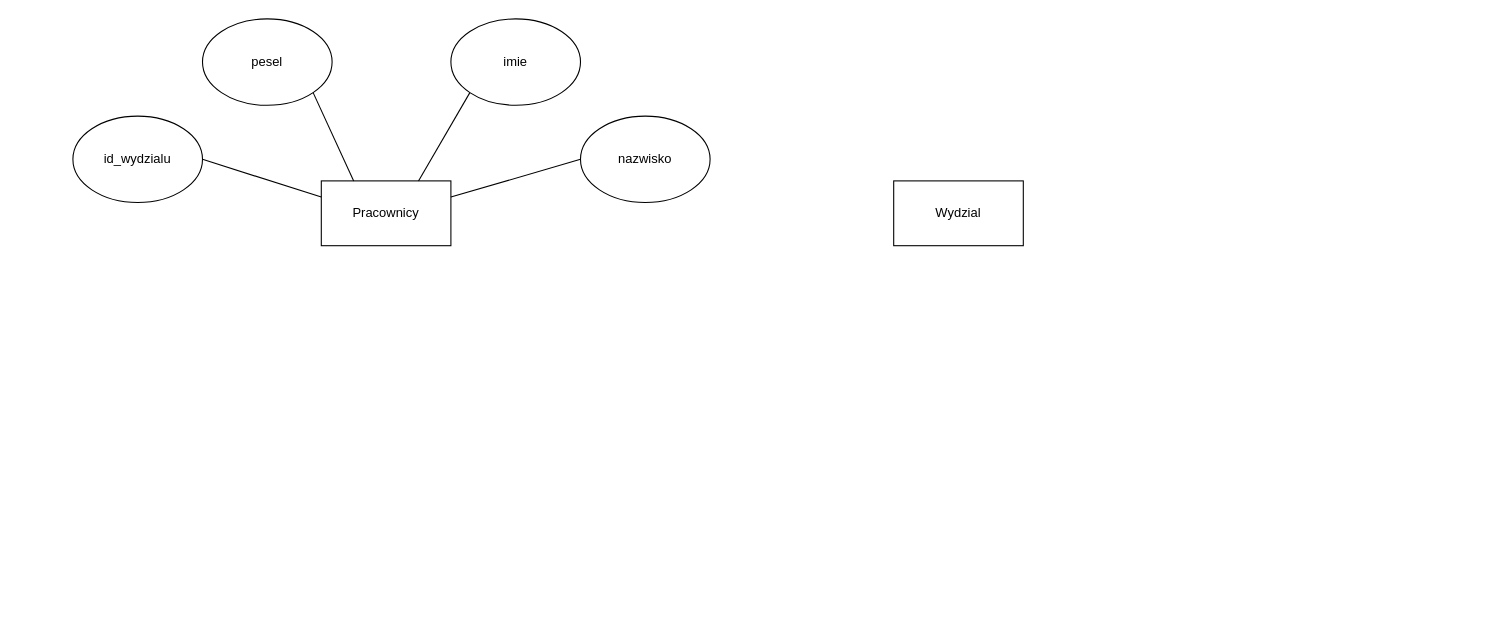
Above: excersises/zad7_1.drawio in kinsin5/Wprowadzenie_do_baz_danych (draw.io), before the change. Source tidied: cells renumbered, new cells numbered last; positions are measured from the earlier drawing's top-left corner, leaving out a move shared by most shapes. Both pictures are drawn from the tidied source at 108%, with x=0, y=0 at pixel (72, 18).
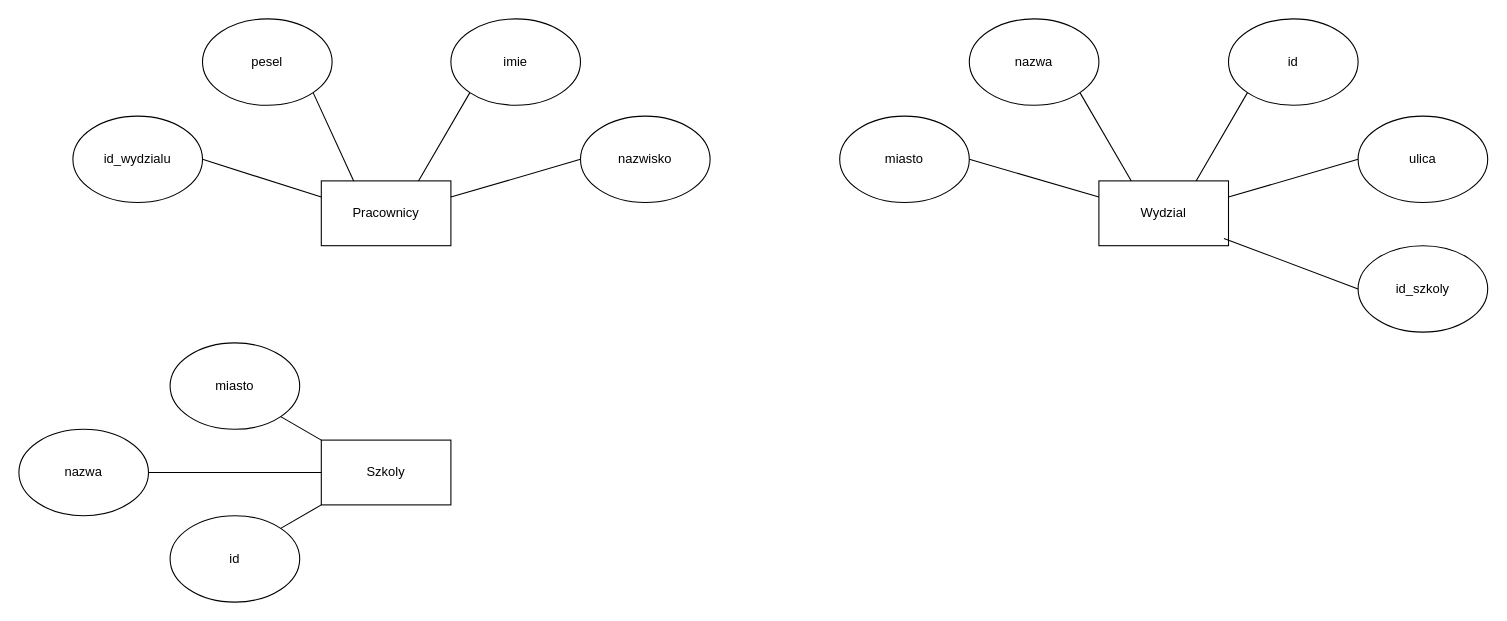
The same page after the edit.

Change to the diagram source:
```diff
@@
     <mxCell id="11" value="Wydzial" style="rounded=0;whiteSpace=wrap;html=1;" parent="1" vertex="1">
-      <mxGeometry x="760" y="150" width="120" height="60" as="geometry" />
+      <mxGeometry x="950" y="150" width="120" height="60" as="geometry" />
     </mxCell>
+    <mxCell id="12" value="nazwa" style="ellipse;whiteSpace=wrap;html=1;" parent="1" vertex="1">
+      <mxGeometry x="830" width="120" height="80" as="geometry" />
+    </mxCell>
+    <mxCell id="13" value="id" style="ellipse;whiteSpace=wrap;html=1;" parent="1" vertex="1">
+      <mxGeometry x="1070" width="120" height="80" as="geometry" />
+    </mxCell>
+    <mxCell id="14" value="ulica" style="ellipse;whiteSpace=wrap;html=1;" parent="1" vertex="1">
+      <mxGeometry x="1190" y="90" width="120" height="80" as="geometry" />
+    </mxCell>
+    <mxCell id="15" value="miasto" style="ellipse;whiteSpace=wrap;html=1;" parent="1" vertex="1">
+      <mxGeometry x="710" y="90" width="120" height="80" as="geometry" />
+    </mxCell>
+    <mxCell id="16" style="endArrow=none;html=1;rounded=0;entryX=0;entryY=0.5;entryDx=0;entryDy=0;exitX=1;exitY=0.25;exitDx=0;exitDy=0;" parent="1" edge="1" source="11" target="14">
+      <mxGeometry relative="1" as="geometry" />
+    </mxCell>
+    <mxCell id="17" style="endArrow=none;html=1;rounded=0;entryX=1;entryY=0.5;entryDx=0;entryDy=0;exitX=0;exitY=0.25;exitDx=0;exitDy=0;" parent="1" edge="1" source="11" target="15">
+      <mxGeometry relative="1" as="geometry" />
+    </mxCell>
+    <mxCell id="18" style="endArrow=none;html=1;rounded=0;entryX=0;entryY=1;entryDx=0;entryDy=0;exitX=0.75;exitY=0;exitDx=0;exitDy=0;" parent="1" edge="1" source="11" target="13">
+      <mxGeometry relative="1" as="geometry" />
+    </mxCell>
+    <mxCell id="19" style="endArrow=none;html=1;rounded=0;entryX=1;entryY=1;entryDx=0;entryDy=0;exitX=0.25;exitY=0;exitDx=0;exitDy=0;" parent="1" edge="1" source="11" target="12">
+      <mxGeometry relative="1" as="geometry" />
+    </mxCell>
+    <mxCell id="20" value="id_szkoly" style="ellipse;whiteSpace=wrap;html=1;" parent="1" vertex="1">
+      <mxGeometry x="1190" y="210" width="120" height="80" as="geometry" />
+    </mxCell>
+    <mxCell id="21" style="endArrow=none;html=1;rounded=0;entryX=0;entryY=0.5;entryDx=0;entryDy=0;exitX=0.965;exitY=0.888;exitDx=0;exitDy=0;exitPerimeter=0;" parent="1" edge="1" source="11" target="20">
+      <mxGeometry relative="1" as="geometry" />
+    </mxCell>
+    <mxCell id="22" value="Szkoly" style="rounded=0;whiteSpace=wrap;html=1;" parent="1" vertex="1">
+      <mxGeometry x="230" y="390" width="120" height="60" as="geometry" />
+    </mxCell>
+    <mxCell id="23" value="id" style="ellipse;whiteSpace=wrap;html=1;" parent="1" vertex="1">
+      <mxGeometry x="90" y="460" width="120" height="80" as="geometry" />
+    </mxCell>
+    <mxCell id="24" value="miasto" style="ellipse;whiteSpace=wrap;html=1;" parent="1" vertex="1">
+      <mxGeometry x="90" y="300" width="120" height="80" as="geometry" />
+    </mxCell>
+    <mxCell id="25" value="nazwa" style="ellipse;whiteSpace=wrap;html=1;" parent="1" vertex="1">
+      <mxGeometry x="-50" y="380" width="120" height="80" as="geometry" />
+    </mxCell>
+    <mxCell id="26" style="endArrow=none;html=1;rounded=0;entryX=1;entryY=1;entryDx=0;entryDy=0;exitX=0;exitY=0;exitDx=0;exitDy=0;" parent="1" edge="1" source="22" target="24">
+      <mxGeometry relative="1" as="geometry" />
+    </mxCell>
+    <mxCell id="27" style="endArrow=none;html=1;rounded=0;entryX=1;entryY=0;entryDx=0;entryDy=0;exitX=0;exitY=1;exitDx=0;exitDy=0;" parent="1" edge="1" source="22" target="23">
+      <mxGeometry relative="1" as="geometry" />
+    </mxCell>
+    <mxCell id="28" style="endArrow=none;html=1;rounded=0;exitX=1;exitY=0.5;exitDx=0;exitDy=0;entryX=0;entryY=0.5;entryDx=0;entryDy=0;" parent="1" edge="1" source="25" target="22">
+      <mxGeometry relative="1" as="geometry" />
+    </mxCell>
```
